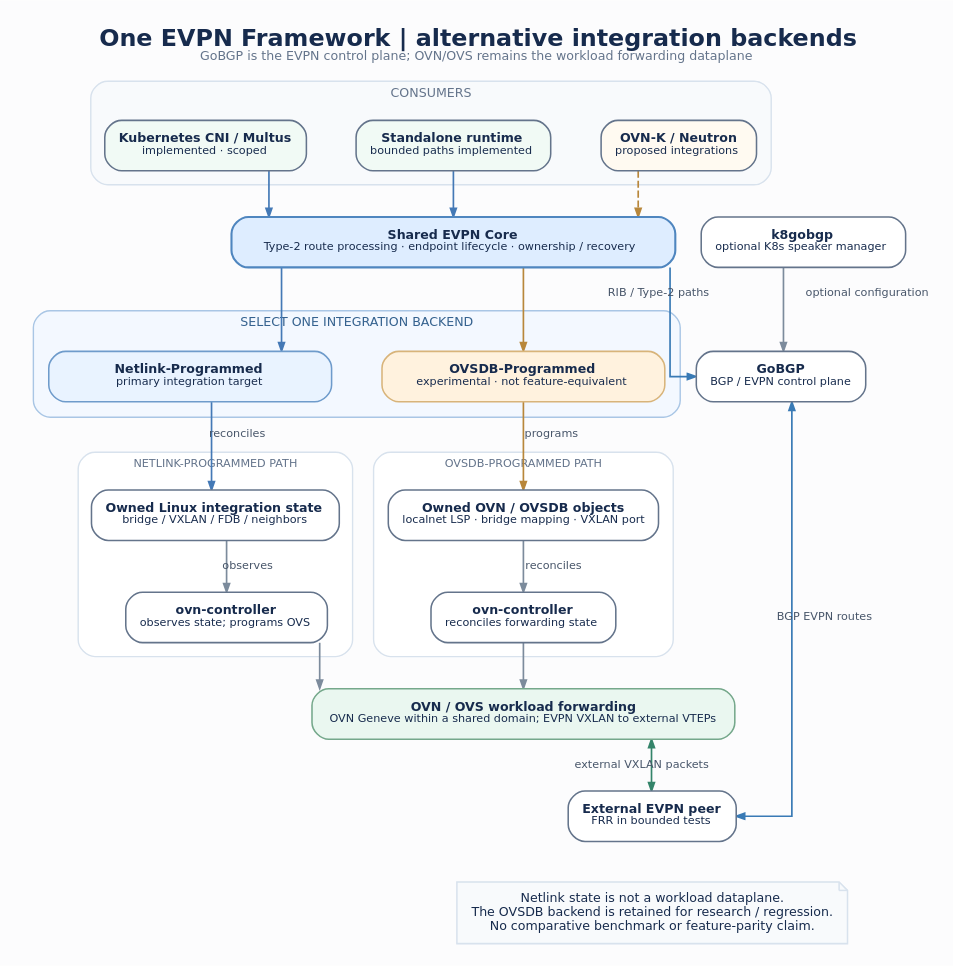
This is docs/uml/evpn-dataplane-comparison.svg from romanspb80/evpn-for-ovn, a PlantUML export, as it was before one commit. Its source is kept beside it as docs/uml/evpn-dataplane-comparison.puml. The source it was exported from:
```plantuml
@startdot
digraph Backends {
  graph [rankdir=TB, bgcolor="#FCFCFD", pad="0.22", nodesep="0.25", ranksep="0.38",
         splines=ortho, compound=true, newrank=true, outputorder=edgesfirst,
         fontname="DejaVu Sans", labelloc=t,
         label=<<FONT POINT-SIZE="17" COLOR="#172B4D"><B>One EVPN Framework | alternative integration backends</B></FONT><BR/><FONT POINT-SIZE="9" COLOR="#64748B">GoBGP is the EVPN control plane; OVN/OVS remains the workload forwarding dataplane</FONT>>];
  node [shape=box, style="rounded,filled", fontname="DejaVu Sans", fontsize=9,
        fontcolor="#172B4D", color="#64748B", fillcolor="white", penwidth=1.1,
        margin="0.14,0.10"];
  edge [fontname="DejaVu Sans", fontsize=8, fontcolor="#475569",
        color="#475569", penwidth=1.2, arrowsize=0.6];

  subgraph cluster_consumers {
    label="CONSUMERS";
    labelloc=t; fontsize=9; fontcolor="#64748B";
    style="rounded,filled"; color="#D8E2ED"; fillcolor="#F8FAFC"; margin=10;
    cni [label=<<B>Kubernetes CNI / Multus</B><BR/><FONT POINT-SIZE="8">implemented · scoped</FONT>>, fillcolor="#F1FAF5"];
    standalone [label=<<B>Standalone runtime</B><BR/><FONT POINT-SIZE="8">bounded paths implemented</FONT>>, fillcolor="#F1FAF5"];
    future [label=<<B>OVN-K / Neutron</B><BR/><FONT POINT-SIZE="8">proposed integrations</FONT>>, fillcolor="#FFFAF1"];
    {rank=same; cni; standalone; future;}
    cni -> standalone -> future [style=invis, weight=15];
  }

  core [label=<<B>Shared EVPN Core</B><BR/><FONT POINT-SIZE="8">Type-2 route processing · endpoint lifecycle · ownership / recovery</FONT>>,
        fillcolor="#DEEDFF", color="#4F86BF", penwidth=1.5, width=4.4];

  subgraph cluster_backends {
    label="SELECT ONE INTEGRATION BACKEND";
    labelloc=t; fontsize=9; fontcolor="#35628F";
    style="rounded,filled"; color="#A9C6E5"; fillcolor="#F3F8FF"; margin=11;
    netlink [label=<<B>Netlink-Programmed</B><BR/><FONT POINT-SIZE="8">primary integration target</FONT>>, fillcolor="#E9F3FF", color="#6E9BCB", width=2.8];
    ovsdb [label=<<B>OVSDB-Programmed</B><BR/><FONT POINT-SIZE="8">experimental · not feature-equivalent</FONT>>, fillcolor="#FFF2DE", color="#D8B47A", width=2.8];
    {rank=same; netlink; ovsdb;}
    netlink -> ovsdb [style=invis, weight=15];
  }

  subgraph cluster_netlink_path {
    label="NETLINK-PROGRAMMED PATH";
    labelloc=t; fontsize=8; fontcolor="#64748B";
    style="rounded,filled"; color="#D8E2ED"; fillcolor="#FFFFFF"; margin=10;
    kernel [label=<<B>Owned Linux integration state</B><BR/><FONT POINT-SIZE="8">bridge / VXLAN / FDB / neighbors</FONT>>];
    controller_n [label=<<B>ovn-controller</B><BR/><FONT POINT-SIZE="8">observes state; programs OVS</FONT>>];
    kernel -> controller_n [color="#7C8B9C", label="observes"];
  }

  subgraph cluster_ovsdb_path {
    label="OVSDB-PROGRAMMED PATH";
    labelloc=t; fontsize=8; fontcolor="#64748B";
    style="rounded,filled"; color="#D8E2ED"; fillcolor="#FFFFFF"; margin=10;
    ovsdb_state [label=<<B>Owned OVN / OVSDB objects</B><BR/><FONT POINT-SIZE="8">localnet LSP · bridge mapping · VXLAN port</FONT>>];
    controller_o [label=<<B>ovn-controller</B><BR/><FONT POINT-SIZE="8">reconciles forwarding state</FONT>>];
    ovsdb_state -> controller_o [color="#7C8B9C", label="reconciles"];
  }

  forwarding [label=<<B>OVN / OVS workload forwarding</B><BR/><FONT POINT-SIZE="8">OVN Geneve within a shared domain; EVPN VXLAN to external VTEPs</FONT>>,
              fillcolor="#EAF7F0", color="#75A88B", width=4.2];
  gobgp [label=<<B>GoBGP</B><BR/><FONT POINT-SIZE="8">BGP / EVPN control plane</FONT>>];
  provider [label=<<B>k8gobgp</B><BR/><FONT POINT-SIZE="8">optional K8s speaker manager</FONT>>];
  peer [label=<<B>External EVPN peer</B><BR/><FONT POINT-SIZE="8">FRR in bounded tests</FONT>>];
  note [shape=note, style="filled", color="#D8E2ED", fillcolor="#F8FAFC",
        label="Netlink state is not a workload dataplane.\nThe OVSDB backend is retained for research / regression.\nNo comparative benchmark or feature-parity claim."];

  cni -> core [color="#4479B6"];
  standalone -> core [color="#4479B6"];
  future -> core [style=dashed, color="#B8873B"];
  core -> netlink [color="#4479B6"];
  core -> ovsdb [color="#B8873B"];
  netlink -> kernel [color="#4479B6", label="reconciles"];
  ovsdb -> ovsdb_state [color="#B8873B", label="programs"];
  controller_n -> forwarding [color="#7C8B9C"];
  controller_o -> forwarding [color="#7C8B9C"];
  core -> gobgp [color="#397AB5", label="RIB / Type-2 paths"];
  provider -> gobgp [color="#7C8B9C", label="optional configuration"];
  gobgp -> peer [dir=both, color="#397AB5", label="BGP EVPN routes"];
  forwarding -> peer [dir=both, color="#34846A", label="external VXLAN packets"];
  peer -> note [style=invis];
}
@enddot
```
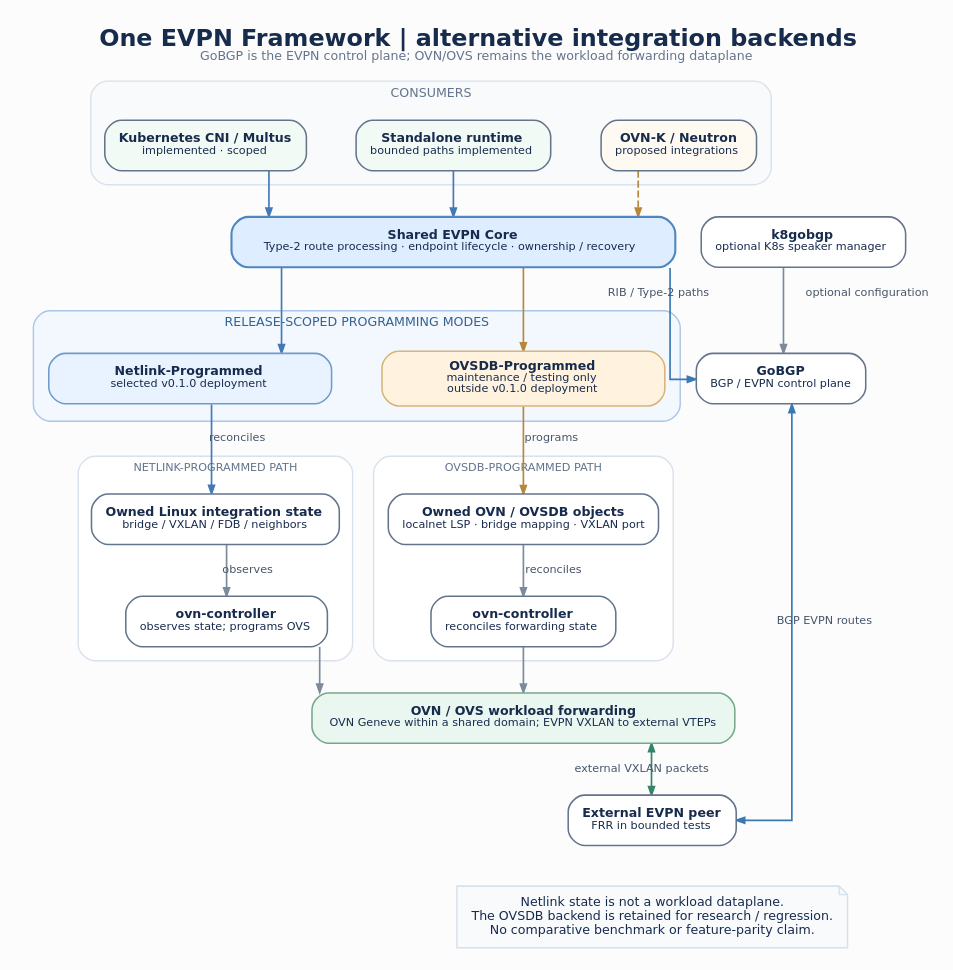
After the change.

The edit, as a diff of the source:
```diff
@@ -25,11 +25,11 @@
         fillcolor="#DEEDFF", color="#4F86BF", penwidth=1.5, width=4.4];
 
   subgraph cluster_backends {
-    label="SELECT ONE INTEGRATION BACKEND";
+    label="RELEASE-SCOPED PROGRAMMING MODES";
     labelloc=t; fontsize=9; fontcolor="#35628F";
     style="rounded,filled"; color="#A9C6E5"; fillcolor="#F3F8FF"; margin=11;
-    netlink [label=<<B>Netlink-Programmed</B><BR/><FONT POINT-SIZE="8">primary integration target</FONT>>, fillcolor="#E9F3FF", color="#6E9BCB", width=2.8];
-    ovsdb [label=<<B>OVSDB-Programmed</B><BR/><FONT POINT-SIZE="8">experimental · not feature-equivalent</FONT>>, fillcolor="#FFF2DE", color="#D8B47A", width=2.8];
+    netlink [label=<<B>Netlink-Programmed</B><BR/><FONT POINT-SIZE="8">selected v0.1.0 deployment</FONT>>, fillcolor="#E9F3FF", color="#6E9BCB", width=2.8];
+    ovsdb [label=<<B>OVSDB-Programmed</B><BR/><FONT POINT-SIZE="8">maintenance / testing only</FONT><BR/><FONT POINT-SIZE="8">outside v0.1.0 deployment</FONT>>, fillcolor="#FFF2DE", color="#D8B47A", width=2.8];
     {rank=same; netlink; ovsdb;}
     netlink -> ovsdb [style=invis, weight=15];
   }
```
